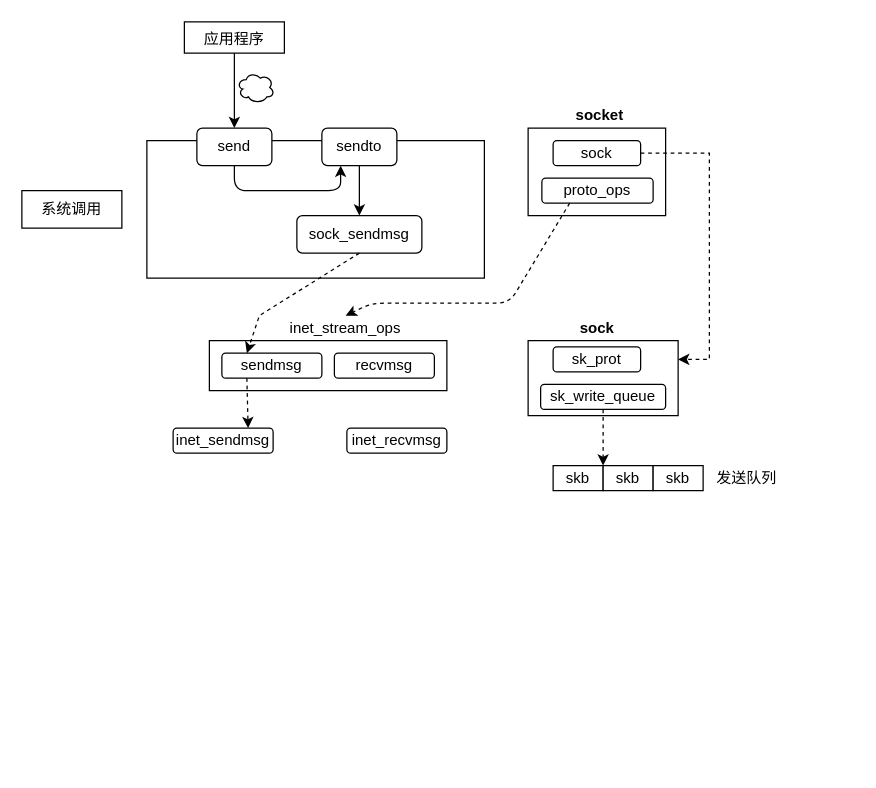
Before: page "网络包发送" (2 of 2) of 图解网络.drawio in JianHao-Chen/UML, a draw.io diagram. Source tidied: cells renumbered, new cells numbered last; positions are measured from the earlier drawing's top-left corner, leaving out a move shared by most shapes. Both pictures are drawn from the tidied source at 125%, with x=0, y=0 at pixel (21, 21).
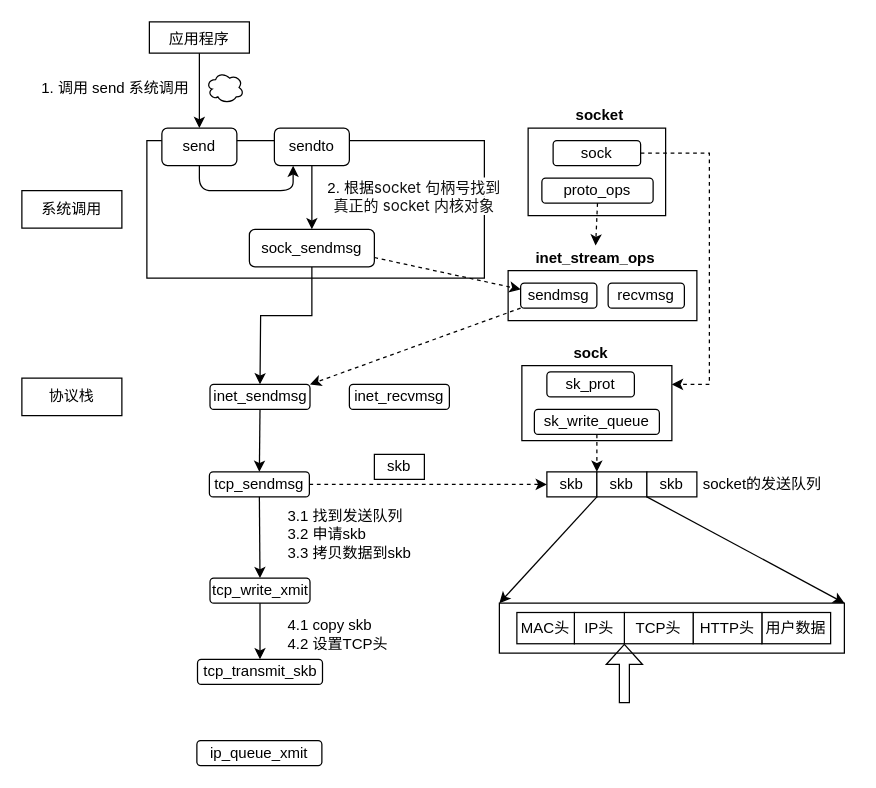
The same page after the edit.

Commit message:
更新图解网络.drawio

The change refers to these unchanged cells:
```xml
<mxCell id="19" value="sock" style="rounded=1;whiteSpace=wrap;html=1;strokeWidth=1;fontSize=12;" parent="1" vertex="1">
  <mxGeometry x="425" y="95" width="70" height="20" as="geometry" />
</mxCell>
<mxCell id="20" value="proto_ops" style="rounded=1;whiteSpace=wrap;html=1;strokeWidth=1;fontSize=12;" parent="1" vertex="1">
  <mxGeometry x="416" y="125" width="89" height="20" as="geometry" />
</mxCell>
```

The edit, as a diff of the source:
```diff
@@
     <mxCell id="2" value="&lt;font style=&quot;font-size: 12px;&quot;&gt;应用程序&lt;/font&gt;" style="rounded=0;whiteSpace=wrap;html=1;strokeWidth=1;fontSize=14;" parent="1" vertex="1">
-      <mxGeometry x="130" width="80" height="25" as="geometry" />
+      <mxGeometry x="102" width="80" height="25" as="geometry" />
     </mxCell>
     <mxCell id="3" style="ellipse;shape=cloud;whiteSpace=wrap;html=1;strokeWidth=1;fontSize=12;" parent="1" vertex="1">
-      <mxGeometry x="172" y="40" width="30" height="25" as="geometry" />
+      <mxGeometry x="147.5" y="40" width="30" height="25" as="geometry" />
     </mxCell>
@@
     <mxCell id="5" value="send" style="rounded=1;whiteSpace=wrap;html=1;strokeWidth=1;fontSize=12;" parent="1" vertex="1">
-      <mxGeometry x="140" y="85" width="60" height="30" as="geometry" />
+      <mxGeometry x="112" y="85" width="60" height="30" as="geometry" />
     </mxCell>
     <mxCell id="6" value="sendto" style="rounded=1;whiteSpace=wrap;html=1;strokeWidth=1;fontSize=12;" parent="1" vertex="1">
-      <mxGeometry x="240" y="85" width="60" height="30" as="geometry" />
+      <mxGeometry x="202" y="85" width="60" height="30" as="geometry" />
     </mxCell>
@@
     <mxCell id="8" style="endArrow=classic;html=1;rounded=1;fontSize=12;exitX=0.5;exitY=1;exitDx=0;exitDy=0;entryX=0.25;entryY=1;entryDx=0;entryDy=0;" parent="1" edge="1" source="5" target="6">
       <mxGeometry relative="1" as="geometry">
         <Array as="points">
-          <mxPoint x="170" y="135" />
-          <mxPoint x="255" y="135" />
+          <mxPoint x="142" y="135" />
+          <mxPoint x="217" y="135" />
         </Array>
       </mxGeometry>
     </mxCell>
     <mxCell id="9" value="sock_sendmsg" style="rounded=1;whiteSpace=wrap;html=1;strokeWidth=1;fontSize=12;" parent="1" vertex="1">
-      <mxGeometry x="220" y="155" width="100" height="30" as="geometry" />
+      <mxGeometry x="182" y="166" width="100" height="30" as="geometry" />
     </mxCell>
@@
     <mxCell id="11" value="inet_sendmsg" style="rounded=1;whiteSpace=wrap;html=1;strokeWidth=1;fontSize=12;" parent="1" vertex="1">
-      <mxGeometry x="121" y="325" width="80" height="20" as="geometry" />
+      <mxGeometry x="150.5" y="290" width="80" height="20" as="geometry" />
     </mxCell>
     <mxCell id="12" value="inet_recvmsg" style="rounded=1;whiteSpace=wrap;html=1;strokeWidth=1;fontSize=12;" parent="1" vertex="1">
-      <mxGeometry x="260" y="325" width="80" height="20" as="geometry" />
+      <mxGeometry x="262" y="290" width="80" height="20" as="geometry" />
     </mxCell>
@@
     <mxCell id="15" style="rounded=0;whiteSpace=wrap;html=1;strokeWidth=1;fontSize=12;" parent="1" vertex="1">
-      <mxGeometry x="405" y="255" width="120" height="60" as="geometry" />
+      <mxGeometry x="400" y="275" width="120" height="60" as="geometry" />
     </mxCell>
     <mxCell id="16" value="sk_prot" style="rounded=1;whiteSpace=wrap;html=1;strokeWidth=1;fontSize=12;" parent="1" vertex="1">
-      <mxGeometry x="425" y="260" width="70" height="20" as="geometry" />
+      <mxGeometry x="420" y="280" width="70" height="20" as="geometry" />
     </mxCell>
     <mxCell id="17" value="sk_write_queue" style="rounded=1;whiteSpace=wrap;html=1;strokeWidth=1;fontSize=12;" parent="1" vertex="1">
-      <mxGeometry x="415" y="290" width="100" height="20" as="geometry" />
+      <mxGeometry x="410" y="310" width="100" height="20" as="geometry" />
     </mxCell>
@@
     <mxCell id="21" value="&lt;b&gt;sock&lt;/b&gt;" style="text;html=1;strokeColor=none;fillColor=none;align=center;verticalAlign=middle;whiteSpace=wrap;rounded=0;strokeWidth=1;fontSize=12;" parent="1" vertex="1">
-      <mxGeometry x="417.5" y="235" width="85" height="20" as="geometry" />
+      <mxGeometry x="412.5" y="255" width="85" height="20" as="geometry" />
     </mxCell>
     <mxCell id="22" style="rounded=0;whiteSpace=wrap;html=1;strokeWidth=1;fontSize=12;" parent="1" vertex="1">
-      <mxGeometry x="150" y="255" width="190" height="40" as="geometry" />
+      <mxGeometry x="389" y="199" width="151" height="40" as="geometry" />
     </mxCell>
     <mxCell id="23" value="sendmsg" style="rounded=1;whiteSpace=wrap;html=1;strokeWidth=1;fontSize=12;" parent="1" vertex="1">
-      <mxGeometry x="160" y="265" width="80" height="20" as="geometry" />
+      <mxGeometry x="399" y="209" width="61" height="20" as="geometry" />
     </mxCell>
     <mxCell id="24" value="recvmsg" style="rounded=1;whiteSpace=wrap;html=1;strokeWidth=1;fontSize=12;" parent="1" vertex="1">
-      <mxGeometry x="250" y="265" width="80" height="20" as="geometry" />
+      <mxGeometry x="469" y="209" width="61" height="20" as="geometry" />
     </mxCell>
-    <mxCell id="25" value="inet_stream_ops" style="text;html=1;strokeColor=none;fillColor=none;align=center;verticalAlign=middle;whiteSpace=wrap;rounded=0;strokeWidth=1;fontSize=12;" parent="1" vertex="1">
-      <mxGeometry x="229" y="235" width="60" height="20" as="geometry" />
+    <mxCell id="25" value="&lt;b&gt;inet_stream_ops&lt;/b&gt;" style="text;html=1;strokeColor=none;fillColor=none;align=center;verticalAlign=middle;whiteSpace=wrap;rounded=0;strokeWidth=1;fontSize=12;" parent="1" vertex="1">
+      <mxGeometry x="429" y="179" width="60" height="20" as="geometry" />
     </mxCell>
-    <mxCell id="26" style="endArrow=classic;html=1;rounded=1;fontSize=12;exitX=0.25;exitY=1;exitDx=0;exitDy=0;entryX=0.5;entryY=0;entryDx=0;entryDy=0;dashed=1;" parent="1" edge="1" source="20" target="25">
-      <mxGeometry relative="1" as="geometry">
-        <Array as="points">
-          <mxPoint x="390" y="225" />
-          <mxPoint x="280" y="225" />
-        </Array>
-      </mxGeometry>
-    </mxCell>
     <mxCell id="27" style="endArrow=classic;html=1;rounded=0;fontSize=12;exitX=1;exitY=0.5;exitDx=0;exitDy=0;entryX=1;entryY=0.25;entryDx=0;entryDy=0;dashed=1;" parent="1" edge="1" source="19" target="15">
       <mxGeometry relative="1" as="geometry">
         <Array as="points">
           <mxPoint x="550" y="105" />
-          <mxPoint x="550" y="270" />
+          <mxPoint x="550" y="290" />
         </Array>
       </mxGeometry>
     </mxCell>
-    <mxCell id="28" style="endArrow=classic;html=1;rounded=0;dashed=1;fontSize=12;exitX=0.5;exitY=1;exitDx=0;exitDy=0;entryX=0.25;entryY=0;entryDx=0;entryDy=0;" parent="1" edge="1" source="9" target="23">
-      <mxGeometry relative="1" as="geometry">
-        <Array as="points">
-          <mxPoint x="190" y="235" />
-        </Array>
-      </mxGeometry>
-    </mxCell>
-    <mxCell id="29" style="endArrow=classic;html=1;rounded=0;dashed=1;fontSize=12;exitX=0.25;exitY=1;exitDx=0;exitDy=0;entryX=0.75;entryY=0;entryDx=0;entryDy=0;" parent="1" edge="1" source="23" target="11">
-      <mxGeometry relative="1" as="geometry" />
-    </mxCell>
     <mxCell id="30" value="skb" style="rounded=0;whiteSpace=wrap;html=1;strokeWidth=1;fontSize=12;" parent="1" vertex="1">
-      <mxGeometry x="425" y="355" width="40" height="20" as="geometry" />
+      <mxGeometry x="420" y="360" width="40" height="20" as="geometry" />
     </mxCell>
     <mxCell id="31" value="skb" style="rounded=0;whiteSpace=wrap;html=1;strokeWidth=1;fontSize=12;" parent="1" vertex="1">
-      <mxGeometry x="465" y="355" width="40" height="20" as="geometry" />
+      <mxGeometry x="460" y="360" width="40" height="20" as="geometry" />
     </mxCell>
     <mxCell id="32" value="skb" style="rounded=0;whiteSpace=wrap;html=1;strokeWidth=1;fontSize=12;" parent="1" vertex="1">
-      <mxGeometry x="505" y="355" width="40" height="20" as="geometry" />
+      <mxGeometry x="500" y="360" width="40" height="20" as="geometry" />
     </mxCell>
@@
-    <mxCell id="34" value="发送队列" style="text;html=1;strokeColor=none;fillColor=none;align=center;verticalAlign=middle;whiteSpace=wrap;rounded=0;strokeWidth=1;fontSize=12;" parent="1" vertex="1">
-      <mxGeometry x="550" y="350" width="60" height="30" as="geometry" />
+    <mxCell id="34" value="socket的发送队列" style="text;html=1;strokeColor=none;fillColor=none;align=center;verticalAlign=middle;whiteSpace=wrap;rounded=0;strokeWidth=1;fontSize=12;" parent="1" vertex="1">
+      <mxGeometry x="540" y="355" width="105" height="30" as="geometry" />
     </mxCell>
+    <mxCell id="35" value="tcp_sendmsg" style="rounded=1;whiteSpace=wrap;html=1;strokeWidth=1;fontSize=12;" parent="1" vertex="1">
+      <mxGeometry x="150" y="360" width="80" height="20" as="geometry" />
+    </mxCell>
+    <mxCell id="36" value="1. 调用 send 系统调用" style="text;html=1;strokeColor=none;fillColor=none;align=center;verticalAlign=middle;whiteSpace=wrap;rounded=0;strokeWidth=1;fontSize=12;" parent="1" vertex="1">
+      <mxGeometry x="10" y="45" width="130" height="15" as="geometry" />
+    </mxCell>
+    <mxCell id="37" style="endArrow=classic;html=1;rounded=0;dashed=1;fontSize=12;exitX=1;exitY=0.5;exitDx=0;exitDy=0;entryX=0;entryY=0.5;entryDx=0;entryDy=0;" parent="1" edge="1" source="35" target="30">
+      <mxGeometry relative="1" as="geometry">
+        <Array as="points">
+          <mxPoint x="335" y="370" />
+        </Array>
+      </mxGeometry>
+    </mxCell>
+    <mxCell id="38" value="skb" style="rounded=0;whiteSpace=wrap;html=1;strokeWidth=1;fontSize=12;" parent="1" vertex="1">
+      <mxGeometry x="282" y="346" width="40" height="20" as="geometry" />
+    </mxCell>
+    <mxCell id="39" value="协议栈" style="rounded=0;whiteSpace=wrap;html=1;strokeWidth=1;fontSize=12;" parent="1" vertex="1">
+      <mxGeometry y="285" width="80" height="30" as="geometry" />
+    </mxCell>
+    <mxCell id="26" style="endArrow=classic;html=1;rounded=0;dashed=1;fontSize=12;exitX=0.5;exitY=1;exitDx=0;exitDy=0;entryX=0.5;entryY=0;entryDx=0;entryDy=0;" parent="1" edge="1" source="20" target="25">
+      <mxGeometry relative="1" as="geometry" />
+    </mxCell>
+    <mxCell id="40" value="&lt;font style=&quot;font-size: 12px;&quot;&gt;2. 根据&lt;span style=&quot;color: rgb(18, 18, 18); font-family: -apple-system, BlinkMacSystemFont, &amp;quot;Helvetica Neue&amp;quot;, &amp;quot;PingFang SC&amp;quot;, &amp;quot;Microsoft YaHei&amp;quot;, &amp;quot;Source Han Sans SC&amp;quot;, &amp;quot;Noto Sans CJK SC&amp;quot;, &amp;quot;WenQuanYi Micro Hei&amp;quot;, sans-serif; text-align: start; background-color: rgb(255, 255, 255);&quot;&gt;socket 句柄号找到真正的 socket 内核对象&lt;/span&gt;&lt;/font&gt;" style="text;html=1;strokeColor=none;fillColor=none;align=center;verticalAlign=middle;whiteSpace=wrap;rounded=0;strokeWidth=1;fontSize=12;" parent="1" vertex="1">
+      <mxGeometry x="239" y="125" width="150" height="30" as="geometry" />
+    </mxCell>
+    <mxCell id="28" style="endArrow=classic;html=1;rounded=0;dashed=1;fontSize=12;exitX=1;exitY=0.75;exitDx=0;exitDy=0;entryX=0;entryY=0.25;entryDx=0;entryDy=0;" parent="1" edge="1" source="9" target="23">
+      <mxGeometry relative="1" as="geometry" />
+    </mxCell>
+    <mxCell id="29" style="endArrow=classic;html=1;rounded=0;dashed=1;fontSize=12;exitX=0;exitY=1;exitDx=0;exitDy=0;entryX=1;entryY=0;entryDx=0;entryDy=0;" parent="1" edge="1" source="23" target="11">
+      <mxGeometry relative="1" as="geometry" />
+    </mxCell>
+    <mxCell id="41" style="endArrow=classic;html=1;rounded=0;fontSize=12;exitX=0.5;exitY=1;exitDx=0;exitDy=0;entryX=0.5;entryY=0;entryDx=0;entryDy=0;" parent="1" edge="1" source="9" target="11">
+      <mxGeometry relative="1" as="geometry">
+        <Array as="points">
+          <mxPoint x="232" y="235" />
+          <mxPoint x="191" y="235" />
+        </Array>
+      </mxGeometry>
+    </mxCell>
+    <mxCell id="42" value="3.1 找到发送队列&lt;br&gt;3.2 申请skb&lt;br&gt;3.3 拷贝数据到skb" style="text;html=1;strokeColor=none;fillColor=none;align=left;verticalAlign=middle;whiteSpace=wrap;rounded=0;strokeWidth=1;fontSize=12;" parent="1" vertex="1">
+      <mxGeometry x="211" y="395" width="111" height="30" as="geometry" />
+    </mxCell>
+    <mxCell id="43" style="endArrow=classic;html=1;rounded=0;fontSize=12;exitX=0.5;exitY=1;exitDx=0;exitDy=0;entryX=0.5;entryY=0;entryDx=0;entryDy=0;" parent="1" edge="1" source="11" target="35">
+      <mxGeometry relative="1" as="geometry" />
+    </mxCell>
+    <mxCell id="44" value="tcp_write_xmit" style="rounded=1;whiteSpace=wrap;html=1;strokeWidth=1;fontSize=12;" parent="1" vertex="1">
+      <mxGeometry x="150.5" y="445" width="80" height="20" as="geometry" />
+    </mxCell>
+    <mxCell id="45" value="tcp_transmit_skb" style="rounded=1;whiteSpace=wrap;html=1;strokeWidth=1;fontSize=12;" parent="1" vertex="1">
+      <mxGeometry x="140.5" y="510" width="100" height="20" as="geometry" />
+    </mxCell>
+    <mxCell id="46" style="endArrow=classic;html=1;rounded=0;fontSize=12;exitX=0.5;exitY=1;exitDx=0;exitDy=0;entryX=0.5;entryY=0;entryDx=0;entryDy=0;" parent="1" edge="1" source="35" target="44">
+      <mxGeometry relative="1" as="geometry" />
+    </mxCell>
+    <mxCell id="47" style="endArrow=classic;html=1;rounded=0;fontSize=12;exitX=0.5;exitY=1;exitDx=0;exitDy=0;entryX=0.5;entryY=0;entryDx=0;entryDy=0;" parent="1" edge="1" source="44" target="45">
+      <mxGeometry relative="1" as="geometry" />
+    </mxCell>
+    <mxCell id="48" value="4.1 copy skb&lt;br&gt;4.2 设置TCP头" style="text;html=1;strokeColor=none;fillColor=none;align=left;verticalAlign=middle;whiteSpace=wrap;rounded=0;strokeWidth=1;fontSize=12;" parent="1" vertex="1">
+      <mxGeometry x="211" y="475" width="111" height="30" as="geometry" />
+    </mxCell>
+    <mxCell id="49" style="rounded=0;whiteSpace=wrap;html=1;strokeWidth=1;fontSize=12;" parent="1" vertex="1">
+      <mxGeometry x="382" y="465" width="276" height="40" as="geometry" />
+    </mxCell>
+    <mxCell id="50" value="用户数据" style="rounded=0;whiteSpace=wrap;html=1;strokeWidth=1;fontSize=12;" parent="1" vertex="1">
+      <mxGeometry x="592" y="472.5" width="55" height="25" as="geometry" />
+    </mxCell>
+    <mxCell id="51" value="HTTP头" style="rounded=0;whiteSpace=wrap;html=1;strokeWidth=1;fontSize=12;" parent="1" vertex="1">
+      <mxGeometry x="537" y="472.5" width="55" height="25" as="geometry" />
+    </mxCell>
+    <mxCell id="52" value="TCP头" style="rounded=0;whiteSpace=wrap;html=1;strokeWidth=1;fontSize=12;" parent="1" vertex="1">
+      <mxGeometry x="482" y="472.5" width="55" height="25" as="geometry" />
+    </mxCell>
+    <mxCell id="53" value="IP头" style="rounded=0;whiteSpace=wrap;html=1;strokeWidth=1;fontSize=12;" parent="1" vertex="1">
+      <mxGeometry x="442" y="472.5" width="40" height="25" as="geometry" />
+    </mxCell>
+    <mxCell id="54" value="MAC头" style="rounded=0;whiteSpace=wrap;html=1;strokeWidth=1;fontSize=12;" parent="1" vertex="1">
+      <mxGeometry x="396" y="472.5" width="46" height="25" as="geometry" />
+    </mxCell>
+    <mxCell id="55" style="endArrow=classic;html=1;rounded=0;fontSize=12;exitX=1;exitY=1;exitDx=0;exitDy=0;entryX=0;entryY=0;entryDx=0;entryDy=0;" parent="1" edge="1" source="30" target="49">
+      <mxGeometry relative="1" as="geometry" />
+    </mxCell>
+    <mxCell id="56" style="endArrow=classic;html=1;rounded=0;fontSize=12;exitX=0;exitY=1;exitDx=0;exitDy=0;entryX=1;entryY=0;entryDx=0;entryDy=0;" parent="1" edge="1" source="32" target="49">
+      <mxGeometry relative="1" as="geometry" />
+    </mxCell>
+    <mxCell id="57" style="shape=flexArrow;endArrow=classic;html=1;rounded=0;fontSize=12;entryX=0;entryY=1;entryDx=0;entryDy=0;width=8;endSize=5.03;" parent="1" edge="1" target="52">
+      <mxGeometry relative="1" as="geometry">
+        <mxPoint x="482" y="545" as="sourcePoint" />
+      </mxGeometry>
+    </mxCell>
+    <mxCell id="58" value="ip_queue_xmit" style="rounded=1;whiteSpace=wrap;html=1;strokeWidth=1;fontSize=12;" parent="1" vertex="1">
+      <mxGeometry x="140" y="575" width="100" height="20" as="geometry" />
+    </mxCell>
```
